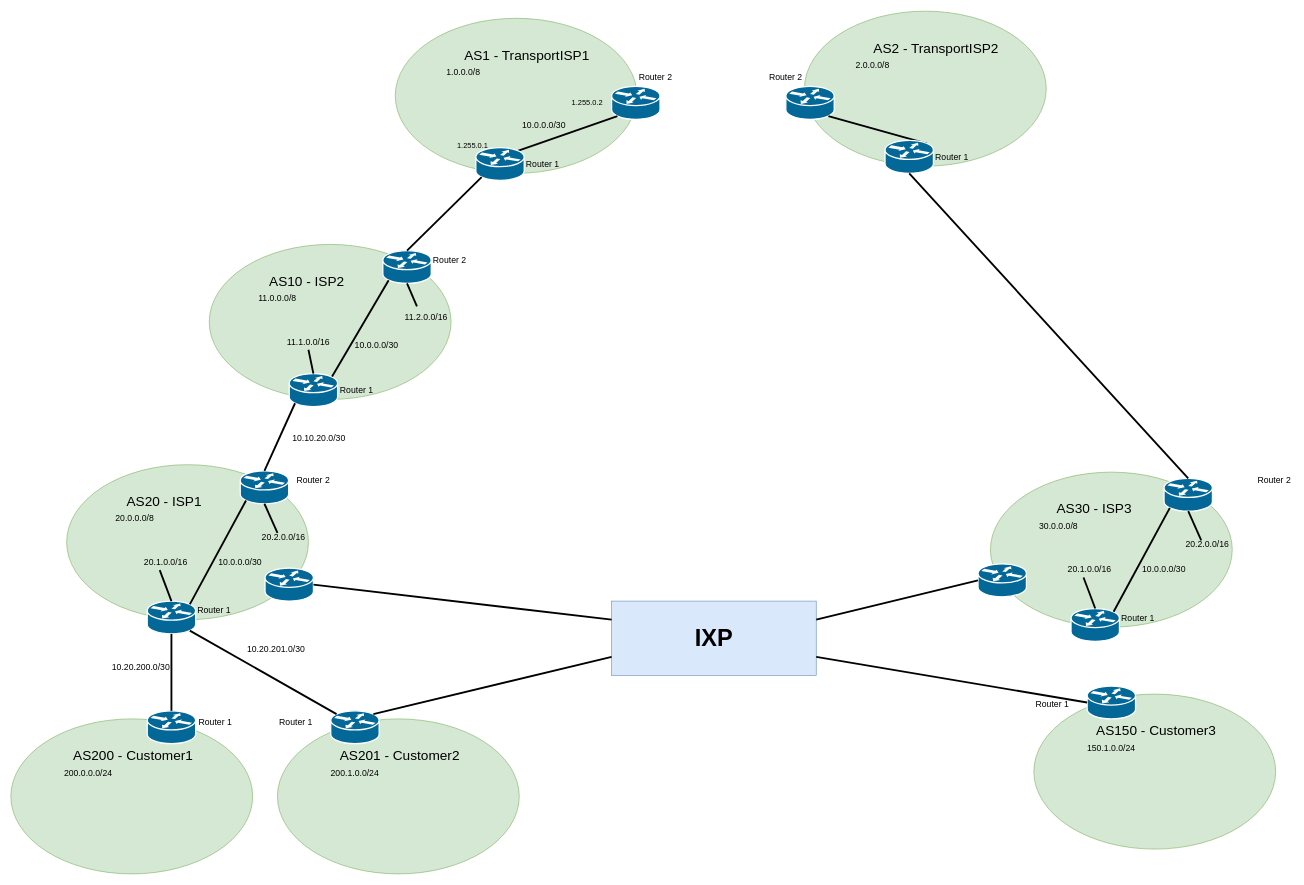
This is starting_topology.drawio from ThetaRangers/KatharaRPKI, a draw.io file, before an edit. Source tidied: cells renumbered, new cells numbered last; positions are measured from the earlier drawing's top-left corner, leaving out a move shared by most shapes. Both pictures are drawn from the tidied source at 62%, with x=0, y=0 at pixel (11, 11).
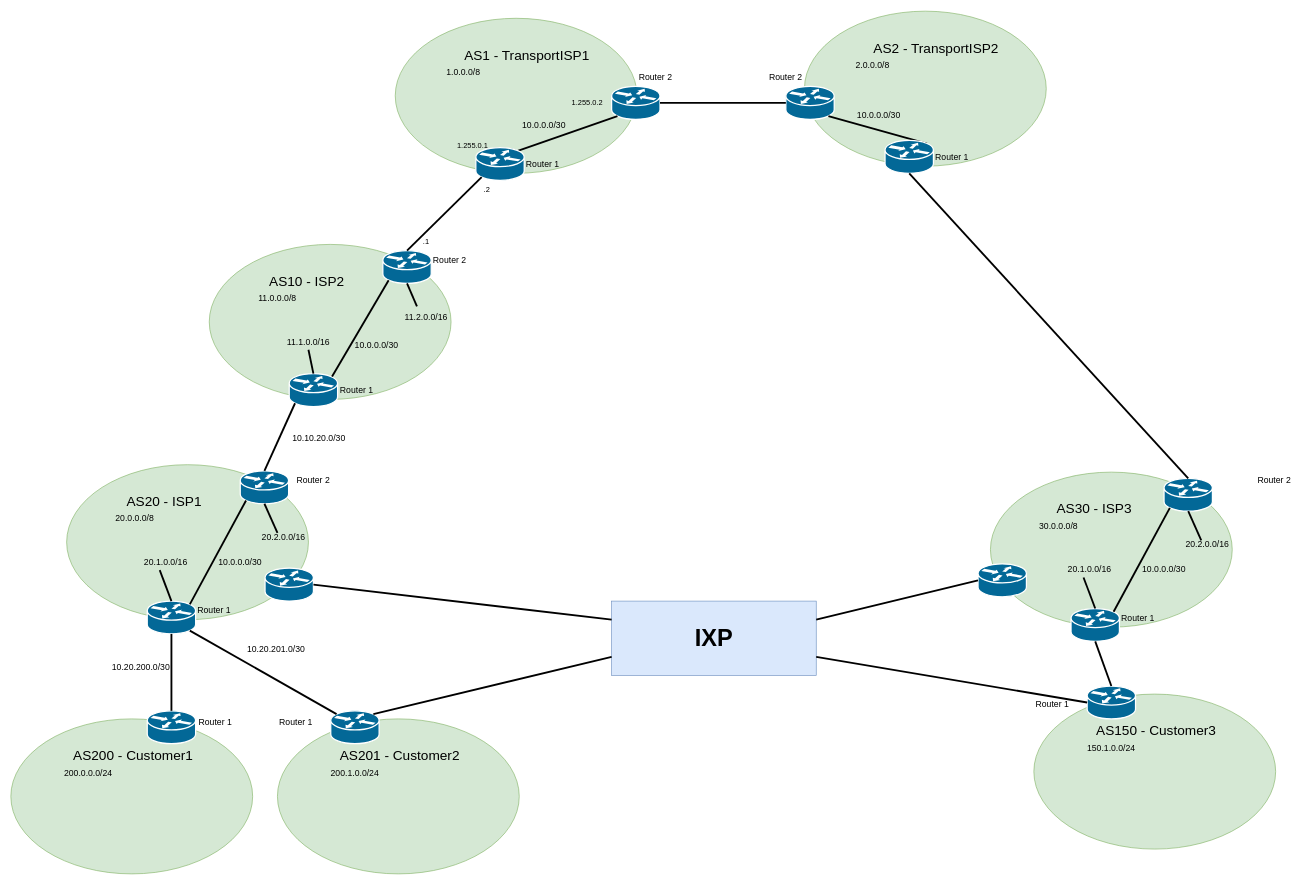
The same page after the edit.

Unchanged cells that the change refers to:
```xml
<mxCell id="47" style="shape=mxgraph.cisco.routers.router;sketch=0;html=1;dashed=0;fillColor=#036897;strokeColor=#ffffff;strokeWidth=2;verticalLabelPosition=bottom;verticalAlign=top;align=center;outlineConnect=0;" parent="1" vertex="1">
  <mxGeometry x="969" y="122" width="78" height="53" as="geometry" />
</mxCell>
<mxCell id="59" style="shape=mxgraph.cisco.routers.router;sketch=0;html=1;dashed=0;fillColor=#036897;strokeColor=#ffffff;strokeWidth=2;verticalLabelPosition=bottom;verticalAlign=top;align=center;outlineConnect=0;" parent="1" vertex="1">
  <mxGeometry x="1250" y="122" width="78" height="53" as="geometry" />
</mxCell>
<mxCell id="67" style="shape=mxgraph.cisco.routers.router;sketch=0;html=1;dashed=0;fillColor=#036897;strokeColor=#ffffff;strokeWidth=2;verticalLabelPosition=bottom;verticalAlign=top;align=center;outlineConnect=0;" parent="64" vertex="1">
  <mxGeometry x="130" y="220" width="78" height="53" as="geometry" />
</mxCell>
<mxCell id="83" style="shape=mxgraph.cisco.routers.router;sketch=0;html=1;dashed=0;fillColor=#036897;strokeColor=#ffffff;strokeWidth=2;verticalLabelPosition=bottom;verticalAlign=top;align=center;outlineConnect=0;" parent="80" vertex="1">
  <mxGeometry x="86" y="-13" width="78" height="53" as="geometry" />
</mxCell>
```

What changed in the source:
```diff
@@
+    <mxCell id="95" style="endArrow=none;html=1;rounded=0;fontSize=22;exitX=1;exitY=0.5;exitDx=0;exitDy=0;exitPerimeter=0;strokeWidth=3;entryX=0;entryY=0.5;entryDx=0;entryDy=0;entryPerimeter=0;" parent="1" edge="1" source="47" target="59">
+      <mxGeometry relative="1" as="geometry" />
+    </mxCell>
+    <mxCell id="96" value=".1" style="text;html=1;strokeColor=none;fillColor=none;align=center;verticalAlign=middle;whiteSpace=wrap;rounded=0;" parent="1" vertex="1">
+      <mxGeometry x="640" y="356.7" width="60" height="30" as="geometry" />
+    </mxCell>
+    <mxCell id="97" value=".2" style="text;html=1;strokeColor=none;fillColor=none;align=center;verticalAlign=middle;whiteSpace=wrap;rounded=0;" parent="1" vertex="1">
+      <mxGeometry x="738" y="273.5" width="60" height="30" as="geometry" />
+    </mxCell>
+    <mxCell id="98" value="&lt;font style=&quot;font-size: 14px;&quot;&gt;10.0.0.0/30&lt;br&gt;&lt;/font&gt;" style="text;html=1;strokeColor=none;fillColor=none;align=center;verticalAlign=middle;whiteSpace=wrap;rounded=0;fontSize=22;" parent="1" vertex="1">
+      <mxGeometry x="1370" y="152" width="60" height="30" as="geometry" />
+    </mxCell>
+    <mxCell id="99" style="endArrow=none;html=1;rounded=0;fontSize=14;strokeWidth=3;entryX=0.5;entryY=1;entryDx=0;entryDy=0;exitX=0.5;exitY=0;exitDx=0;exitDy=0;exitPerimeter=0;entryPerimeter=0;" parent="1" edge="1" source="83" target="67">
+      <mxGeometry relative="1" as="geometry" />
+    </mxCell>
```
